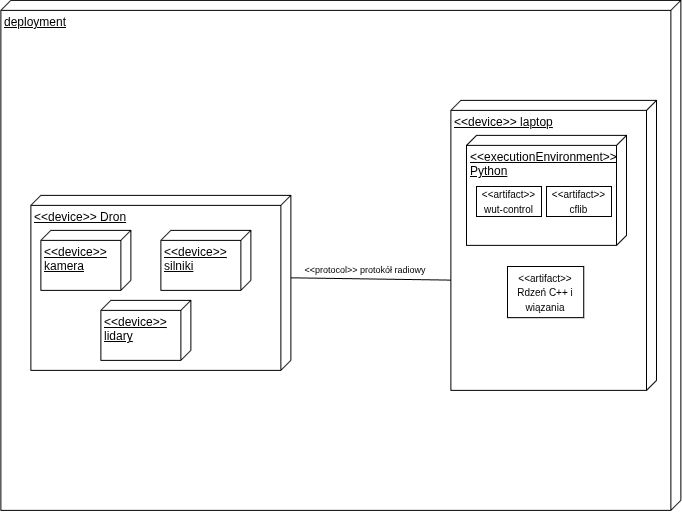
This is docs/diagrams/deployment_diagram.png from FilipBaron/SDK_dron, a draw.io export, as it was before one commit. Source tidied: cells renumbered, new cells last; positions are measured from the earlier drawing's top-left corner, leaving out a move shared by most shapes. The source it was exported from:
```xml
<mxGraphModel>
  <root>
    <mxCell id="0" />
    <mxCell id="1" parent="0" />
    <mxCell id="2" value="deployment" style="verticalAlign=top;align=left;spacingTop=8;spacingLeft=2;spacingRight=12;shape=cube;size=10;direction=south;fontStyle=4;html=1;whiteSpace=wrap;" parent="1" vertex="1">
      <mxGeometry x="0.4" y="-0.2" width="680" height="510" as="geometry" />
    </mxCell>
    <mxCell id="3" value="&amp;lt;&amp;lt;device&amp;gt;&amp;gt; Dron" style="verticalAlign=top;align=left;spacingTop=8;spacingLeft=2;spacingRight=12;shape=cube;size=10;direction=south;fontStyle=4;html=1;whiteSpace=wrap;" parent="1" vertex="1">
      <mxGeometry x="30.4" y="194.8" width="260" height="175" as="geometry" />
    </mxCell>
    <mxCell id="4" value="&amp;lt;&amp;lt;device&amp;gt;&amp;gt;&lt;div&gt;kamera&lt;/div&gt;" style="verticalAlign=top;align=left;spacingTop=8;spacingLeft=2;spacingRight=12;shape=cube;size=10;direction=south;fontStyle=4;html=1;whiteSpace=wrap;" parent="1" vertex="1">
      <mxGeometry x="40.4" y="229.8" width="90" height="60" as="geometry" />
    </mxCell>
    <mxCell id="5" value="&amp;lt;&amp;lt;device&amp;gt;&amp;gt;&lt;div&gt;silniki&lt;/div&gt;" style="verticalAlign=top;align=left;spacingTop=8;spacingLeft=2;spacingRight=12;shape=cube;size=10;direction=south;fontStyle=4;html=1;whiteSpace=wrap;" parent="1" vertex="1">
      <mxGeometry x="160.4" y="229.8" width="90" height="60" as="geometry" />
    </mxCell>
    <mxCell id="6" value="&amp;lt;&amp;lt;device&amp;gt;&amp;gt;&lt;div&gt;lidary&lt;/div&gt;" style="verticalAlign=top;align=left;spacingTop=8;spacingLeft=2;spacingRight=12;shape=cube;size=10;direction=south;fontStyle=4;html=1;whiteSpace=wrap;" parent="1" vertex="1">
      <mxGeometry x="100.4" y="299.8" width="90" height="60" as="geometry" />
    </mxCell>
    <mxCell id="7" value="&amp;lt;&amp;lt;device&amp;gt;&amp;gt; laptop" style="verticalAlign=top;align=left;spacingTop=8;spacingLeft=2;spacingRight=12;shape=cube;size=10;direction=south;fontStyle=4;html=1;whiteSpace=wrap;" parent="1" vertex="1">
      <mxGeometry x="450.4" y="99.8" width="205.6" height="290" as="geometry" />
    </mxCell>
    <mxCell id="8" value="&amp;lt;&amp;lt;executionEnvironment&amp;gt;&amp;gt; Python" style="verticalAlign=top;align=left;spacingTop=8;spacingLeft=2;spacingRight=12;shape=cube;size=10;direction=south;fontStyle=4;html=1;whiteSpace=wrap;" parent="1" vertex="1">
      <mxGeometry x="466" y="134.8" width="160" height="110" as="geometry" />
    </mxCell>
    <mxCell id="9" value="&lt;font style=&quot;font-size: 10px;&quot;&gt;&amp;lt;&amp;lt;artifact&amp;gt;&amp;gt; wut-control&lt;/font&gt;" style="html=1;whiteSpace=wrap;" parent="1" vertex="1">
      <mxGeometry x="476" y="186" width="65" height="30" as="geometry" />
    </mxCell>
    <mxCell id="10" value="&lt;font style=&quot;font-size: 10px;&quot;&gt;&amp;lt;&amp;lt;artifact&amp;gt;&amp;gt; cflib&lt;/font&gt;" style="html=1;whiteSpace=wrap;" parent="1" vertex="1">
      <mxGeometry x="546" y="186" width="65" height="30" as="geometry" />
    </mxCell>
    <mxCell id="11" value="&lt;font style=&quot;font-size: 10px;&quot;&gt;&amp;lt;&amp;lt;artifact&amp;gt;&amp;gt; Rdzeń C++ i wiązania&lt;/font&gt;" style="html=1;whiteSpace=wrap;" parent="1" vertex="1">
      <mxGeometry x="507" y="266" width="76.2" height="51.2" as="geometry" />
    </mxCell>
    <mxCell id="12" style="endArrow=none;html=1;rounded=0;defaultLabelBackgroundColor=page;exitX=0.5;exitY=0;exitDx=-5;exitDy=0;exitPerimeter=0;entryX=0.62;entryY=0.998;entryDx=0;entryDy=0;entryPerimeter=0;" parent="1" edge="1" source="3" target="7">
      <mxGeometry relative="1" as="geometry" />
    </mxCell>
    <mxCell id="13" value="&amp;lt;&amp;lt;protocol&amp;gt;&amp;gt; protokół radiowy" style="text;html=1;whiteSpace=wrap;strokeColor=none;fillColor=none;align=center;verticalAlign=middle;rounded=0;fontSize=9;" parent="1" vertex="1">
      <mxGeometry x="300.4" y="249.8" width="130" height="40" as="geometry" />
    </mxCell>
  </root>
</mxGraphModel>
```
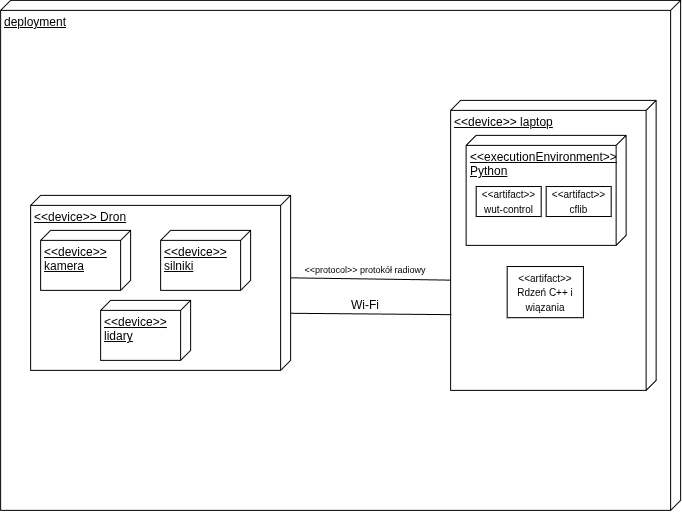
The same file after the commit.

Diff of the diagram source:
```diff
@@ -32,11 +32,17 @@
     <mxCell id="11" value="&lt;font style=&quot;font-size: 10px;&quot;&gt;&amp;lt;&amp;lt;artifact&amp;gt;&amp;gt; Rdzeń C++ i wiązania&lt;/font&gt;" style="html=1;whiteSpace=wrap;" parent="1" vertex="1">
       <mxGeometry x="507" y="266" width="76.2" height="51.2" as="geometry" />
     </mxCell>
-    <mxCell id="12" style="endArrow=none;html=1;rounded=0;defaultLabelBackgroundColor=page;exitX=0.5;exitY=0;exitDx=-5;exitDy=0;exitPerimeter=0;entryX=0.62;entryY=0.998;entryDx=0;entryDy=0;entryPerimeter=0;" parent="1" edge="1" source="3" target="7">
-      <mxGeometry relative="1" as="geometry" />
-    </mxCell>
+    <mxCell id="14" style="endArrow=none;html=1;rounded=0;defaultLabelBackgroundColor=page;exitX=0.5;exitY=0;exitDx=-5;exitDy=0;exitPerimeter=0;entryX=0.62;entryY=0.998;entryDx=0;entryDy=0;entryPerimeter=0;" parent="1" edge="1" source="3" target="7">
+      <mxGeometry relative="1" as="geometry" />
+    </mxCell>
     <mxCell id="13" value="&amp;lt;&amp;lt;protocol&amp;gt;&amp;gt; protokół radiowy" style="text;html=1;whiteSpace=wrap;strokeColor=none;fillColor=none;align=center;verticalAlign=middle;rounded=0;fontSize=9;" parent="1" vertex="1">
       <mxGeometry x="300.4" y="249.8" width="130" height="40" as="geometry" />
     </mxCell>
+    <mxCell id="15" style="endArrow=none;html=1;rounded=0;defaultLabelBackgroundColor=page;labelPadding=0 4;exitX=0.674;exitY=-0.001;exitDx=0;exitDy=0;exitPerimeter=0;entryX=0.739;entryY=0.996;entryDx=0;entryDy=0;entryPerimeter=0;" parent="1" edge="1" source="3" target="7">
+      <mxGeometry relative="1" as="geometry" />
+    </mxCell>
+    <mxCell id="16" value="Wi-Fi" style="text;html=1;whiteSpace=wrap;strokeColor=none;fillColor=none;align=center;verticalAlign=middle;rounded=0;" parent="1" vertex="1">
+      <mxGeometry x="335.3" y="290" width="60" height="30" as="geometry" />
+    </mxCell>
   </root>
 </mxGraphModel>
```
